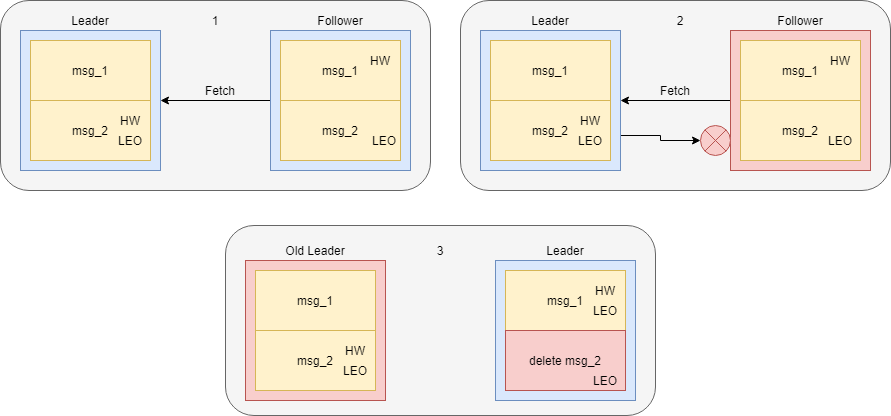
Earlier version of the draw.io export img/Kafka-HA-error02.png (antonyw/coding-thinking). Source tidied: cells renumbered, new cells last; positions are measured from the earlier drawing's top-left corner, leaving out a move shared by most shapes.
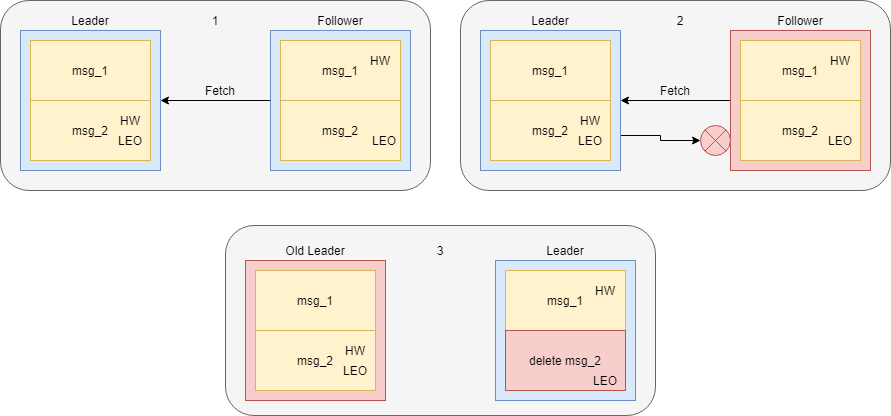
The same diagram one commit later.

What changed in the source:
```diff
@@ -110,9 +110,6 @@
     <mxCell id="37" value="HW" style="text;html=1;strokeColor=none;fillColor=none;align=center;verticalAlign=middle;whiteSpace=wrap;rounded=0;" parent="1" vertex="1">
       <mxGeometry x="585" y="280" width="40" height="20" as="geometry" />
     </mxCell>
-    <mxCell id="38" value="LEO" style="text;html=1;strokeColor=none;fillColor=none;align=center;verticalAlign=middle;whiteSpace=wrap;rounded=0;" parent="1" vertex="1">
-      <mxGeometry x="585" y="300" width="40" height="20" as="geometry" />
-    </mxCell>
     <mxCell id="39" value="Leader" style="text;html=1;strokeColor=none;fillColor=none;align=center;verticalAlign=middle;whiteSpace=wrap;rounded=0;" parent="1" vertex="1">
       <mxGeometry x="545" y="240" width="40" height="20" as="geometry" />
     </mxCell>
```
